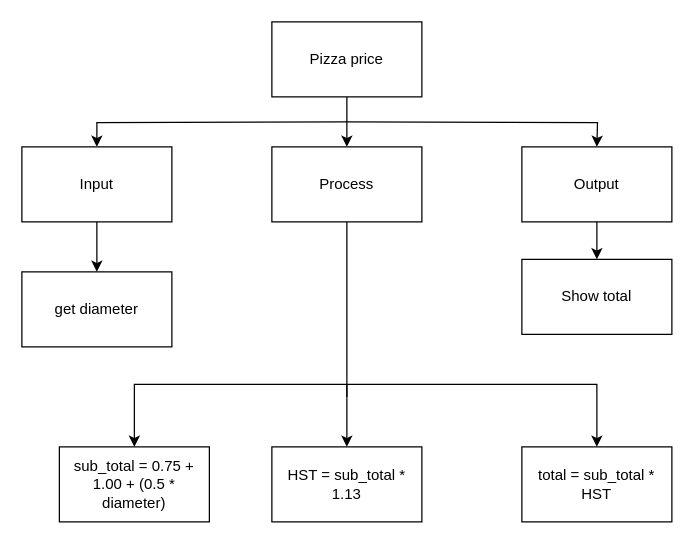
Before: design.drawio in Huzaifa-Khalid-2/ICS3U-Assigment4-Python, a draw.io diagram. Source tidied: cells renumbered, new cells numbered last; positions are measured from the earlier drawing's top-left corner, leaving out a move shared by most shapes. Both pictures are drawn from the tidied source at 125%, with x=0, y=0 at pixel (21, 21).
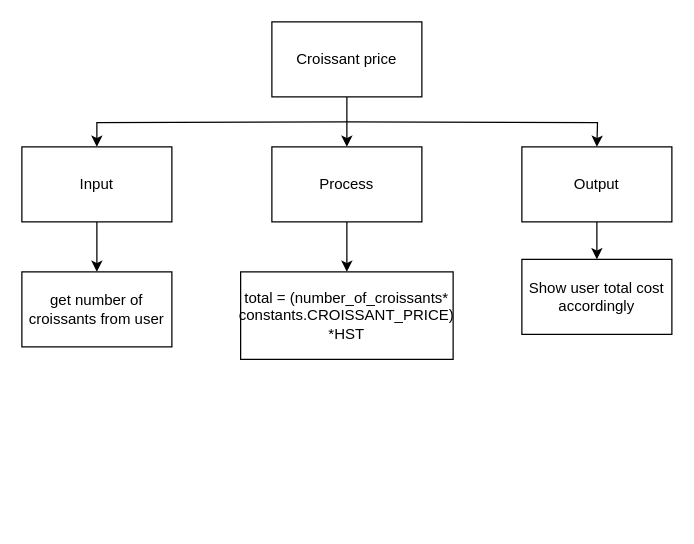
The same page after the edit.

The change refers to these unchanged cells:
```xml
<mxCell id="9" value="Process" style="rounded=0;whiteSpace=wrap;html=1;" parent="1" vertex="1">
  <mxGeometry x="200" y="100" width="120" height="60" as="geometry" />
</mxCell>
```

What changed in the source:
```diff
@@
-    <mxCell id="4" value="Pizza price" style="rounded=0;whiteSpace=wrap;html=1;" parent="1" vertex="1">
+    <mxCell id="4" value="Croissant price" style="rounded=0;whiteSpace=wrap;html=1;" parent="1" vertex="1">
       <mxGeometry x="200" width="120" height="60" as="geometry" />
     </mxCell>
@@
-    <mxCell id="7" style="edgeStyle=orthogonalEdgeStyle;rounded=0;html=1;" parent="1" edge="1" source="9" target="13">
-      <mxGeometry relative="1" as="geometry" />
+    <mxCell id="7" style="edgeStyle=orthogonalEdgeStyle;rounded=0;html=1;" parent="1" edge="1" source="9">
+      <mxGeometry relative="1" as="geometry">
+        <mxPoint x="260" y="200" as="targetPoint" />
+      </mxGeometry>
     </mxCell>
-    <mxCell id="8" style="edgeStyle=orthogonalEdgeStyle;rounded=0;html=1;entryX=0.5;entryY=0;entryDx=0;entryDy=0;" parent="1" edge="1" target="16">
-      <mxGeometry relative="1" as="geometry">
-        <mxPoint x="260" y="290" as="sourcePoint" />
-        <Array as="points">
-          <mxPoint x="90" y="290" />
-        </Array>
-      </mxGeometry>
-    </mxCell>
@@
-    <mxCell id="12" value="get diameter" style="rounded=0;whiteSpace=wrap;html=1;" parent="1" vertex="1">
+    <mxCell id="12" value="get number of croissants from user" style="rounded=0;whiteSpace=wrap;html=1;" parent="1" vertex="1">
       <mxGeometry y="200" width="120" height="60" as="geometry" />
     </mxCell>
-    <mxCell id="13" value="HST = sub_total * 1.13" style="rounded=0;whiteSpace=wrap;html=1;" parent="1" vertex="1">
-      <mxGeometry x="200" y="340" width="120" height="60" as="geometry" />
-    </mxCell>
-    <mxCell id="14" value="Show total" style="rounded=0;whiteSpace=wrap;html=1;" parent="1" vertex="1">
+    <mxCell id="14" value="Show user total cost accordingly" style="rounded=0;whiteSpace=wrap;html=1;" parent="1" vertex="1">
       <mxGeometry x="400" y="190" width="120" height="60" as="geometry" />
     </mxCell>
@@
-    <mxCell id="16" value="sub_total = 0.75 + 1.00 + (0.5 * diameter)" style="rounded=0;whiteSpace=wrap;html=1;" parent="1" vertex="1">
-      <mxGeometry x="30" y="340" width="120" height="60" as="geometry" />
-    </mxCell>
-    <mxCell id="17" value="total = sub_total * HST" style="rounded=0;whiteSpace=wrap;html=1;" parent="1" vertex="1">
-      <mxGeometry x="400" y="340" width="120" height="60" as="geometry" />
+    <mxCell id="17" value="total = (number_of_croissants* constants.CROISSANT_PRICE) *HST" style="rounded=0;whiteSpace=wrap;html=1;" parent="1" vertex="1">
+      <mxGeometry x="175" y="200" width="170" height="70" as="geometry" />
     </mxCell>
-    <mxCell id="18" style="edgeStyle=orthogonalEdgeStyle;rounded=0;html=1;entryX=0.5;entryY=0;entryDx=0;entryDy=0;" parent="1" edge="1">
-      <mxGeometry relative="1" as="geometry">
-        <mxPoint x="260" y="300" as="sourcePoint" />
-        <mxPoint x="460" y="340" as="targetPoint" />
-        <Array as="points">
-          <mxPoint x="460" y="290" />
-        </Array>
-      </mxGeometry>
-    </mxCell>
```
